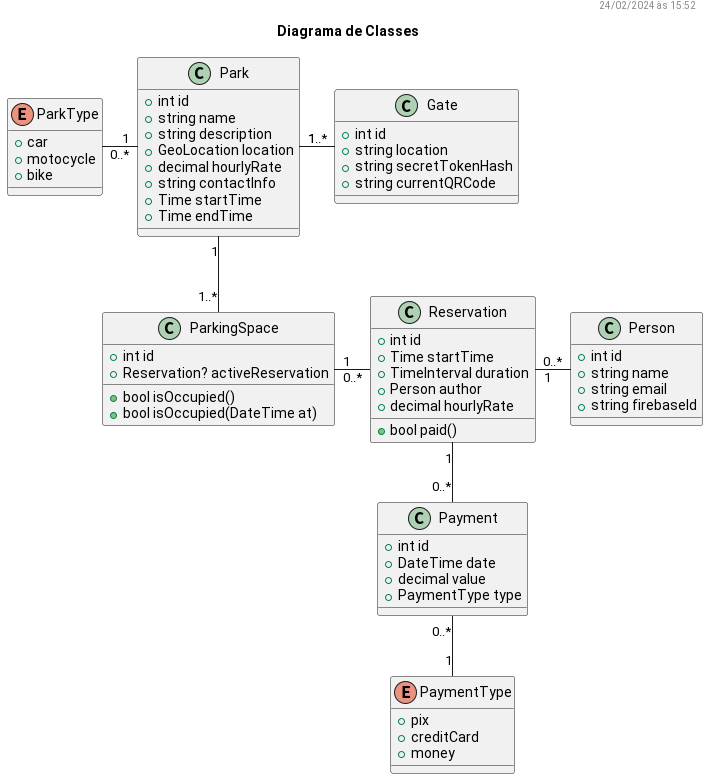
Above: build/diagrama_de_classe.png in Vaga-Livre/vaga-livre-docs (PlantUML), before the change. The source it was exported from:
```plantuml
@startuml

header %date("dd/MM/yyyy' às 'HH:mm")
title Diagrama de Classes

class Park {
    +int id
    +string name
    +string description
    +GeoLocation location
    +decimal hourlyRate
    +string contactInfo
    +Time startTime
    +Time endTime
}

enum ParkType {
    +car
    +motocycle
    +bike
}

class Gate {
    +int id
    +string location
    +string secretTokenHash
    +string currentQRCode
}

Park "1" -r- "1..*" Gate
Park "0..*" -left- "    1" ParkType
Park "1" -- "1..*" ParkingSpace

class ParkingSpace {
    +int id
    +Reservation? activeReservation

    +bool isOccupied()
    +bool isOccupied(DateTime at)
}

ParkingSpace "1    " -r- "0..*" Reservation

class Reservation {
    +int id
    +Time startTime
    +TimeInterval duration
    +Person author
    +decimal hourlyRate
    +bool paid()
}

Reservation "1" -- "0..*" Payment

class Payment {
    +int id
    +DateTime date
    +decimal value
    +PaymentType type
}

Payment "0..*" -- "1" PaymentType

enum PaymentType {
    +pix
    +creditCard
    +money
}

Person "1    " -l- "0..*" Reservation

class Person {
    +int id
    +string name
    +string email
    +string firebaseId
}


@enduml
```
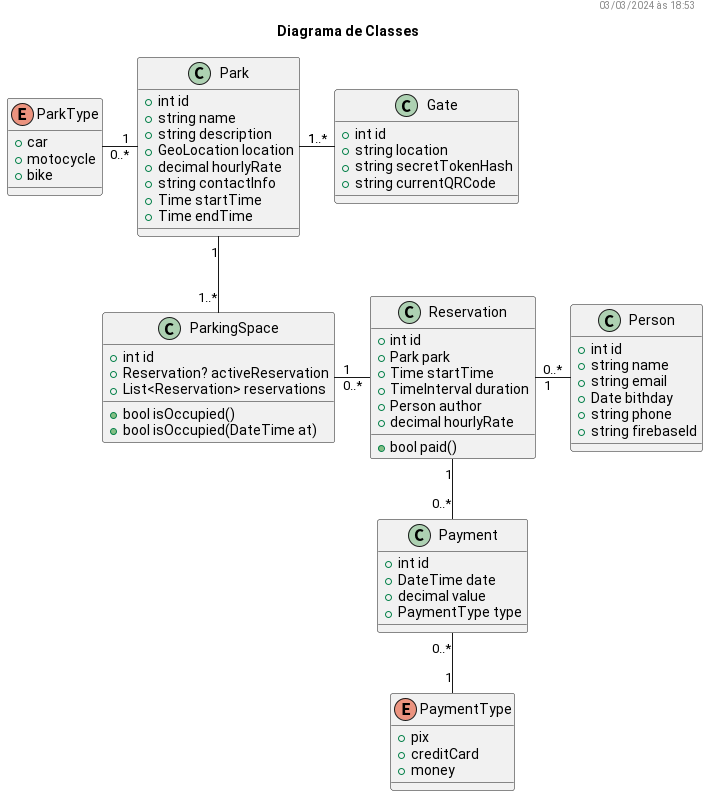
The same diagram one commit later.

Commit message:
feat: add more details to Person class on class diagram

Change to the diagram source:
```diff
@@ -34,6 +34,7 @@
 class ParkingSpace {
     +int id
     +Reservation? activeReservation
+    + List<Reservation> reservations
 
     +bool isOccupied()
     +bool isOccupied(DateTime at)
@@ -43,6 +44,7 @@
 
 class Reservation {
     +int id
+    +Park park
     +Time startTime
     +TimeInterval duration
     +Person author
@@ -73,6 +75,8 @@
     +int id
     +string name
     +string email
+    +Date bithday
+    +string phone
     +string firebaseId
 }
 
```
